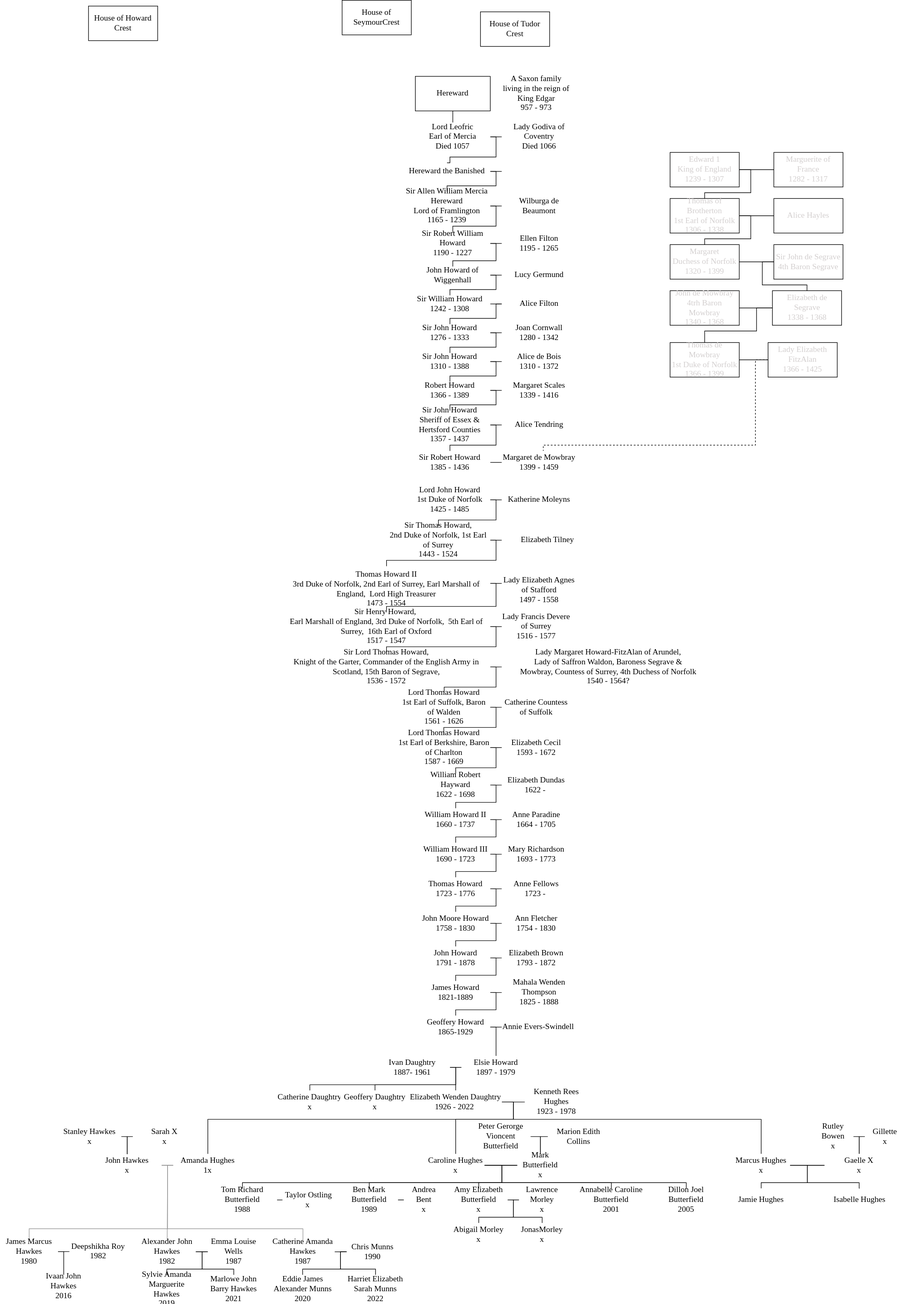
This is familytree.drawio.svg from hawkesa1/diagrams, a draw.io export, as it was before one commit. Source tidied: cells renumbered, new cells last; positions are measured from the earlier drawing's top-left corner, leaving out a move shared by most shapes.
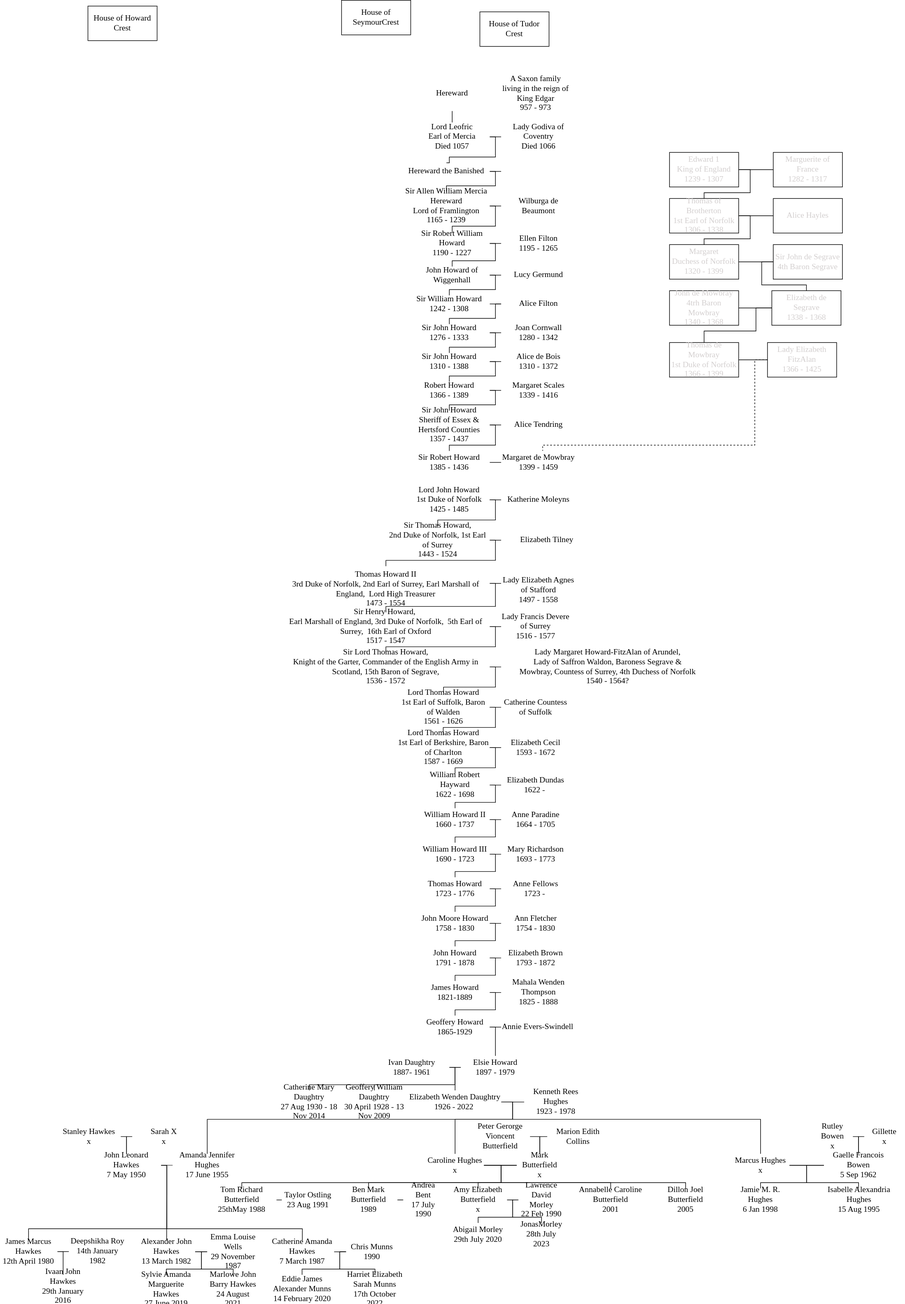
After the commit.

The edit, as a diff of the source:
```diff
@@ -7,3 +7,3 @@
     </mxCell>
-    <mxCell id="3" style="edgeStyle=orthogonalEdgeStyle;rounded=0;jettySize=auto;html=1;exitX=0;exitY=0.5;exitDx=0;exitDy=0;entryX=0.5;entryY=0;entryDx=0;entryDy=0;endArrow=none;startFill=0;fontFamily=Tangerine;fontSize=14;fontSource=https%3A%2F%2Ffonts.googleapis.com%2Fcss%3Ffamily%3DTangerine;strokeColor=light-dark(#989898, #ededed);" parent="1" edge="1" source="7" target="14">
+    <mxCell id="3" style="edgeStyle=orthogonalEdgeStyle;rounded=0;jettySize=auto;html=1;exitX=0;exitY=0.5;exitDx=0;exitDy=0;entryX=0.5;entryY=0;entryDx=0;entryDy=0;endArrow=none;startFill=0;fontFamily=Tangerine;fontSize=14;fontSource=https%3A%2F%2Ffonts.googleapis.com%2Fcss%3Ffamily%3DTangerine;strokeColor=light-dark(#000000,#EDEDED);" parent="1" edge="1" source="7" target="14">
       <mxGeometry relative="1" as="geometry">
@@ -16,6 +16,6 @@
     </mxCell>
-    <mxCell id="4" value="John Hawkes&lt;div&gt;x&lt;/div&gt;" style="rounded=0;whiteSpace=wrap;html=1;fontFamily=Tangerine;fontSize=14;fontSource=https%3A%2F%2Ffonts.googleapis.com%2Fcss%3Ffamily%3DTangerine;strokeColor=none;" parent="1" vertex="1">
+    <mxCell id="4" value="John Leonard Hawkes&lt;div&gt;7 May 1950&lt;/div&gt;" style="rounded=0;whiteSpace=wrap;html=1;fontFamily=Tangerine;fontSize=14;fontSource=https%3A%2F%2Ffonts.googleapis.com%2Fcss%3Ffamily%3DTangerine;strokeColor=none;" parent="1" vertex="1">
       <mxGeometry x="160" y="2002" width="120" height="40" as="geometry" />
     </mxCell>
-    <mxCell id="5" style="edgeStyle=orthogonalEdgeStyle;rounded=0;jettySize=auto;html=1;entryX=0.5;entryY=0;entryDx=0;entryDy=0;exitX=1;exitY=0.5;exitDx=0;exitDy=0;endArrow=none;startFill=0;fontFamily=Tangerine;fontSize=14;fontSource=https%3A%2F%2Ffonts.googleapis.com%2Fcss%3Ffamily%3DTangerine;strokeColor=light-dark(#989898, #ededed);" parent="1" edge="1" source="4" target="16">
+    <mxCell id="5" style="edgeStyle=orthogonalEdgeStyle;rounded=0;jettySize=auto;html=1;entryX=0.5;entryY=0;entryDx=0;entryDy=0;exitX=1;exitY=0.5;exitDx=0;exitDy=0;endArrow=none;startFill=0;fontFamily=Tangerine;fontSize=14;fontSource=https%3A%2F%2Ffonts.googleapis.com%2Fcss%3Ffamily%3DTangerine;strokeColor=light-dark(#000000,#EDEDED);" parent="1" edge="1" source="4" target="16">
       <mxGeometry relative="1" as="geometry">
@@ -31,3 +31,3 @@
     </mxCell>
-    <mxCell id="7" value="Amanda Hughes&lt;br&gt;&lt;div&gt;&lt;div&gt;1x&lt;/div&gt;&lt;/div&gt;" style="rounded=0;whiteSpace=wrap;html=1;fontFamily=Tangerine;fontSize=14;fontSource=https%3A%2F%2Ffonts.googleapis.com%2Fcss%3Ffamily%3DTangerine;strokeColor=none;" parent="1" vertex="1">
+    <mxCell id="7" value="Amanda Jennifer Hughes&lt;br&gt;&lt;div&gt;&lt;div&gt;17 June 1955&lt;/div&gt;&lt;/div&gt;" style="rounded=0;whiteSpace=wrap;html=1;fontFamily=Tangerine;fontSize=14;fontSource=https%3A%2F%2Ffonts.googleapis.com%2Fcss%3Ffamily%3DTangerine;strokeColor=none;" parent="1" vertex="1">
       <mxGeometry x="300" y="2002" width="120" height="40" as="geometry" />
@@ -45,3 +45,3 @@
     </mxCell>
-    <mxCell id="10" style="edgeStyle=orthogonalEdgeStyle;rounded=0;jettySize=auto;html=1;exitX=0.5;exitY=0;exitDx=0;exitDy=0;entryX=1;entryY=0.5;entryDx=0;entryDy=0;fontFamily=Tangerine;fontSize=14;fontSource=https%3A%2F%2Ffonts.googleapis.com%2Fcss%3Ffamily%3DTangerine;fillColor=#f5f5f5;strokeColor=#989898;endArrow=none;startFill=0;" parent="1" edge="1" source="11" target="4">
+    <mxCell id="10" style="edgeStyle=orthogonalEdgeStyle;rounded=0;jettySize=auto;html=1;exitX=0.5;exitY=0;exitDx=0;exitDy=0;entryX=1;entryY=0.5;entryDx=0;entryDy=0;fontFamily=Tangerine;fontSize=14;fontSource=https%3A%2F%2Ffonts.googleapis.com%2Fcss%3Ffamily%3DTangerine;fillColor=#f5f5f5;strokeColor=#000000;endArrow=none;startFill=0;" parent="1" edge="1" source="11" target="4">
       <mxGeometry relative="1" as="geometry">
@@ -54,3 +54,3 @@
     </mxCell>
-    <mxCell id="11" value="James Marcus Hawkes&lt;div&gt;&lt;div&gt;1980&lt;/div&gt;&lt;/div&gt;" style="rounded=0;whiteSpace=wrap;html=1;fontFamily=Tangerine;fontSize=14;fontSource=https%3A%2F%2Ffonts.googleapis.com%2Fcss%3Ffamily%3DTangerine;strokeColor=none;" parent="1" vertex="1">
+    <mxCell id="11" value="James Marcus Hawkes&lt;div&gt;&lt;div&gt;12th April 1980&lt;/div&gt;&lt;/div&gt;" style="rounded=0;whiteSpace=wrap;html=1;fontFamily=Tangerine;fontSize=14;fontSource=https%3A%2F%2Ffonts.googleapis.com%2Fcss%3Ffamily%3DTangerine;strokeColor=none;" parent="1" vertex="1">
       <mxGeometry y="2152" width="100" height="39" as="geometry" />
@@ -69,3 +69,3 @@
     </mxCell>
-    <mxCell id="14" value="Alexander John Hawkes&lt;div&gt;1982&lt;/div&gt;" style="rounded=0;whiteSpace=wrap;html=1;fontFamily=Tangerine;fontSize=14;fontSource=https%3A%2F%2Ffonts.googleapis.com%2Fcss%3Ffamily%3DTangerine;strokeColor=none;" parent="1" vertex="1">
+    <mxCell id="14" value="Alexander John Hawkes&lt;div&gt;13 March 1982&lt;/div&gt;" style="rounded=0;whiteSpace=wrap;html=1;fontFamily=Tangerine;fontSize=14;fontSource=https%3A%2F%2Ffonts.googleapis.com%2Fcss%3Ffamily%3DTangerine;strokeColor=none;" parent="1" vertex="1">
       <mxGeometry x="240" y="2152" width="99" height="40" as="geometry" />
@@ -75,6 +75,6 @@
     </mxCell>
-    <mxCell id="16" value="Catherine Amanda Hawkes&lt;div&gt;1987&lt;/div&gt;" style="rounded=0;whiteSpace=wrap;html=1;fontFamily=Tangerine;fontSize=14;fontSource=https%3A%2F%2Ffonts.googleapis.com%2Fcss%3Ffamily%3DTangerine;strokeColor=none;" parent="1" vertex="1">
+    <mxCell id="16" value="Catherine Amanda Hawkes&lt;div&gt;7 March 1987&lt;/div&gt;" style="rounded=0;whiteSpace=wrap;html=1;fontFamily=Tangerine;fontSize=14;fontSource=https%3A%2F%2Ffonts.googleapis.com%2Fcss%3Ffamily%3DTangerine;strokeColor=none;" parent="1" vertex="1">
       <mxGeometry x="470" y="2152" width="110" height="40" as="geometry" />
     </mxCell>
-    <mxCell id="17" value="&lt;div&gt;&lt;div&gt;Deepshikha Roy&lt;/div&gt;&lt;/div&gt;&lt;div&gt;1982&lt;/div&gt;" style="rounded=0;whiteSpace=wrap;html=1;fontFamily=Tangerine;fontSize=14;fontSource=https%3A%2F%2Ffonts.googleapis.com%2Fcss%3Ffamily%3DTangerine;strokeColor=none;" parent="1" vertex="1">
+    <mxCell id="17" value="&lt;div&gt;&lt;div&gt;Deepshikha Roy&lt;/div&gt;&lt;/div&gt;&lt;div&gt;14th January 1982&lt;/div&gt;" style="rounded=0;whiteSpace=wrap;html=1;fontFamily=Tangerine;fontSize=14;fontSource=https%3A%2F%2Ffonts.googleapis.com%2Fcss%3Ffamily%3DTangerine;strokeColor=none;" parent="1" vertex="1">
       <mxGeometry x="120" y="2151" width="100" height="40" as="geometry" />
@@ -90,3 +90,3 @@
     </mxCell>
-    <mxCell id="19" value="Emma Louise Wells&lt;div&gt;1987&lt;/div&gt;" style="rounded=0;whiteSpace=wrap;html=1;fontFamily=Tangerine;fontSize=14;fontSource=https%3A%2F%2Ffonts.googleapis.com%2Fcss%3Ffamily%3DTangerine;strokeColor=none;" parent="1" vertex="1">
+    <mxCell id="19" value="Emma Louise Wells&lt;div&gt;29 November 1987&lt;/div&gt;" style="rounded=0;whiteSpace=wrap;html=1;fontFamily=Tangerine;fontSize=14;fontSource=https%3A%2F%2Ffonts.googleapis.com%2Fcss%3Ffamily%3DTangerine;strokeColor=none;" parent="1" vertex="1">
       <mxGeometry x="360" y="2152" width="90" height="40" as="geometry" />
@@ -105,6 +105,6 @@
     </mxCell>
-    <mxCell id="22" value="Sylvie Amanda Marguerite Hawkes&lt;div&gt;2019&lt;/div&gt;" style="rounded=0;whiteSpace=wrap;html=1;fontFamily=Tangerine;fontSize=14;fontSource=https%3A%2F%2Ffonts.googleapis.com%2Fcss%3Ffamily%3DTangerine;strokeColor=none;" parent="1" vertex="1">
+    <mxCell id="22" value="Sylvie Amanda Marguerite Hawkes&lt;div&gt;27 June 2019&lt;/div&gt;" style="rounded=0;whiteSpace=wrap;html=1;fontFamily=Tangerine;fontSize=14;fontSource=https%3A%2F%2Ffonts.googleapis.com%2Fcss%3Ffamily%3DTangerine;strokeColor=none;" parent="1" vertex="1">
       <mxGeometry x="239" y="2212" width="100" height="50" as="geometry" />
     </mxCell>
-    <mxCell id="23" value="Marlowe John Barry Hawkes&lt;div&gt;2021&lt;/div&gt;" style="rounded=0;whiteSpace=wrap;html=1;fontFamily=Tangerine;fontSize=14;fontSource=https%3A%2F%2Ffonts.googleapis.com%2Fcss%3Ffamily%3DTangerine;strokeColor=none;" parent="1" vertex="1">
+    <mxCell id="23" value="Marlowe John Barry Hawkes&lt;div&gt;24 August 2021&lt;/div&gt;" style="rounded=0;whiteSpace=wrap;html=1;fontFamily=Tangerine;fontSize=14;fontSource=https%3A%2F%2Ffonts.googleapis.com%2Fcss%3Ffamily%3DTangerine;strokeColor=none;" parent="1" vertex="1">
       <mxGeometry x="360" y="2212" width="90" height="50" as="geometry" />
@@ -121,6 +121,6 @@
     </mxCell>
-    <mxCell id="25" value="Eddie James Alexander Munns&lt;div&gt;2020&lt;/div&gt;" style="rounded=0;whiteSpace=wrap;html=1;fontFamily=Tangerine;fontSize=14;fontSource=https%3A%2F%2Ffonts.googleapis.com%2Fcss%3Ffamily%3DTangerine;strokeColor=none;" parent="1" vertex="1">
+    <mxCell id="25" value="Eddie James Alexander Munns&lt;div&gt;14 February 2020&lt;/div&gt;" style="rounded=0;whiteSpace=wrap;html=1;fontFamily=Tangerine;fontSize=14;fontSource=https%3A%2F%2Ffonts.googleapis.com%2Fcss%3Ffamily%3DTangerine;strokeColor=none;" parent="1" vertex="1">
       <mxGeometry x="469.5" y="2212" width="110" height="50" as="geometry" />
     </mxCell>
-    <mxCell id="26" value="Harriet Elizabeth Sarah Munns&lt;div&gt;2022&lt;/div&gt;" style="rounded=0;whiteSpace=wrap;html=1;fontFamily=Tangerine;fontSize=14;fontSource=https%3A%2F%2Ffonts.googleapis.com%2Fcss%3Ffamily%3DTangerine;strokeColor=none;" parent="1" vertex="1">
+    <mxCell id="26" value="Harriet Elizabeth Sarah Munns&lt;div&gt;17th October 2022&lt;/div&gt;" style="rounded=0;whiteSpace=wrap;html=1;fontFamily=Tangerine;fontSize=14;fontSource=https%3A%2F%2Ffonts.googleapis.com%2Fcss%3Ffamily%3DTangerine;strokeColor=none;" parent="1" vertex="1">
       <mxGeometry x="602" y="2212" width="98" height="50" as="geometry" />
@@ -197,3 +197,3 @@
     </mxCell>
-    <mxCell id="39" value="&lt;div&gt;&lt;div&gt;Tom Richard Butterfield&lt;/div&gt;&lt;/div&gt;&lt;div&gt;1988&lt;/div&gt;" style="rounded=0;whiteSpace=wrap;html=1;fontFamily=Tangerine;fontSize=14;fontSource=https%3A%2F%2Ffonts.googleapis.com%2Fcss%3Ffamily%3DTangerine;strokeColor=none;" parent="1" vertex="1">
+    <mxCell id="39" value="&lt;div&gt;&lt;div&gt;Tom Richard Butterfield&lt;/div&gt;&lt;/div&gt;&lt;div&gt;25thMay 1988&lt;/div&gt;" style="rounded=0;whiteSpace=wrap;html=1;fontFamily=Tangerine;fontSize=14;fontSource=https%3A%2F%2Ffonts.googleapis.com%2Fcss%3Ffamily%3DTangerine;strokeColor=none;" parent="1" vertex="1">
       <mxGeometry x="360" y="2062" width="120" height="40" as="geometry" />
@@ -240,3 +240,3 @@
     </mxCell>
-    <mxCell id="47" value="Ivaan John Hawkes&lt;div&gt;2016&lt;/div&gt;" style="rounded=0;whiteSpace=wrap;html=1;fontFamily=Tangerine;fontSize=14;fontSource=https%3A%2F%2Ffonts.googleapis.com%2Fcss%3Ffamily%3DTangerine;strokeColor=none;" parent="1" vertex="1">
+    <mxCell id="47" value="Ivaan John Hawkes&lt;div&gt;29th January 2016&lt;/div&gt;" style="rounded=0;whiteSpace=wrap;html=1;fontFamily=Tangerine;fontSize=14;fontSource=https%3A%2F%2Ffonts.googleapis.com%2Fcss%3Ffamily%3DTangerine;strokeColor=none;" parent="1" vertex="1">
       <mxGeometry x="60" y="2212" width="100" height="40" as="geometry" />
@@ -252,6 +252,6 @@
     </mxCell>
-    <mxCell id="51" value="&lt;div&gt;&lt;div&gt;Taylor Ostling&lt;/div&gt;&lt;div&gt;x&amp;nbsp;&lt;/div&gt;&lt;/div&gt;" style="rounded=0;whiteSpace=wrap;html=1;fontFamily=Tangerine;fontSize=14;fontSource=https%3A%2F%2Ffonts.googleapis.com%2Fcss%3Ffamily%3DTangerine;strokeColor=none;" parent="1" vertex="1">
+    <mxCell id="51" value="&lt;div&gt;&lt;div&gt;Taylor Ostling&lt;/div&gt;&lt;div&gt;23 Aug 1991&lt;/div&gt;&lt;/div&gt;" style="rounded=0;whiteSpace=wrap;html=1;fontFamily=Tangerine;fontSize=14;fontSource=https%3A%2F%2Ffonts.googleapis.com%2Fcss%3Ffamily%3DTangerine;strokeColor=none;" parent="1" vertex="1">
       <mxGeometry x="489.5" y="2062" width="90" height="40" as="geometry" />
     </mxCell>
-    <mxCell id="52" value="Andrea Bent&lt;div&gt;x&lt;/div&gt;" style="rounded=0;whiteSpace=wrap;html=1;fontFamily=Tangerine;fontSize=14;fontSource=https%3A%2F%2Ffonts.googleapis.com%2Fcss%3Ffamily%3DTangerine;strokeColor=none;" parent="1" vertex="1">
+    <mxCell id="52" value="Andrea Bent&lt;div&gt;17 July 1990&lt;/div&gt;" style="rounded=0;whiteSpace=wrap;html=1;fontFamily=Tangerine;fontSize=14;fontSource=https%3A%2F%2Ffonts.googleapis.com%2Fcss%3Ffamily%3DTangerine;strokeColor=none;" parent="1" vertex="1">
       <mxGeometry x="700" y="2062" width="70" height="40" as="geometry" />
@@ -267,3 +267,3 @@
     </mxCell>
-    <mxCell id="54" value="Lawrence Morley&lt;div&gt;x&lt;/div&gt;" style="rounded=0;whiteSpace=wrap;html=1;fontFamily=Tangerine;fontSize=14;fontSource=https%3A%2F%2Ffonts.googleapis.com%2Fcss%3Ffamily%3DTangerine;strokeColor=none;" parent="1" vertex="1">
+    <mxCell id="54" value="Lawrence David Morley&lt;div&gt;22 Feb 1990&lt;/div&gt;" style="rounded=0;whiteSpace=wrap;html=1;fontFamily=Tangerine;fontSize=14;fontSource=https%3A%2F%2Ffonts.googleapis.com%2Fcss%3Ffamily%3DTangerine;strokeColor=none;" parent="1" vertex="1">
       <mxGeometry x="900" y="2062" width="80" height="40" as="geometry" />
@@ -285,3 +285,3 @@
     </mxCell>
-    <mxCell id="58" value="Jamie Hughes" style="rounded=0;whiteSpace=wrap;html=1;fontFamily=Tangerine;fontSize=14;fontSource=https%3A%2F%2Ffonts.googleapis.com%2Fcss%3Ffamily%3DTangerine;strokeColor=none;" parent="1" vertex="1">
+    <mxCell id="58" value="Jamie M. R. Hughes&lt;div&gt;6 Jan 1998&lt;/div&gt;" style="rounded=0;whiteSpace=wrap;html=1;fontFamily=Tangerine;fontSize=14;fontSource=https%3A%2F%2Ffonts.googleapis.com%2Fcss%3Ffamily%3DTangerine;strokeColor=none;" parent="1" vertex="1">
       <mxGeometry x="1270" y="2062" width="100" height="40" as="geometry" />
@@ -313,6 +313,6 @@
     </mxCell>
-    <mxCell id="62" value="Gaelle X&lt;div&gt;x&lt;/div&gt;" style="rounded=0;whiteSpace=wrap;html=1;fontFamily=Tangerine;fontSize=14;fontSource=https%3A%2F%2Ffonts.googleapis.com%2Fcss%3Ffamily%3DTangerine;strokeColor=none;" parent="1" vertex="1">
+    <mxCell id="62" value="Gaelle Francois Bowen&lt;div&gt;5 Sep 1962&lt;/div&gt;" style="rounded=0;whiteSpace=wrap;html=1;fontFamily=Tangerine;fontSize=14;fontSource=https%3A%2F%2Ffonts.googleapis.com%2Fcss%3Ffamily%3DTangerine;strokeColor=none;" parent="1" vertex="1">
       <mxGeometry x="1430" y="2002" width="120" height="40" as="geometry" />
     </mxCell>
-    <mxCell id="63" value="Isabelle Hughes" style="rounded=0;whiteSpace=wrap;html=1;fontFamily=Tangerine;fontSize=14;fontSource=https%3A%2F%2Ffonts.googleapis.com%2Fcss%3Ffamily%3DTangerine;strokeColor=none;" parent="1" vertex="1">
+    <mxCell id="63" value="Isabelle Alexandria Hughes&lt;div&gt;15 Aug 1995&lt;/div&gt;" style="rounded=0;whiteSpace=wrap;html=1;fontFamily=Tangerine;fontSize=14;fontSource=https%3A%2F%2Ffonts.googleapis.com%2Fcss%3Ffamily%3DTangerine;strokeColor=none;" parent="1" vertex="1">
       <mxGeometry x="1430" y="2062" width="122" height="40" as="geometry" />
@@ -744,6 +744,6 @@
     </mxCell>
-    <mxCell id="158" value="Catherine Daughtry&lt;div&gt;x&lt;/div&gt;" style="rounded=0;whiteSpace=wrap;html=1;fontFamily=Tangerine;strokeColor=none;fontSize=14;fontSource=https%3A%2F%2Ffonts.googleapis.com%2Fcss%3Ffamily%3DTangerine;" parent="1" vertex="1">
+    <mxCell id="158" value="Catherine Mary Daughtry&lt;div&gt;27 Aug 1930 - 18 Nov 2014&lt;/div&gt;" style="rounded=0;whiteSpace=wrap;html=1;fontFamily=Tangerine;strokeColor=none;fontSize=14;fontSource=https%3A%2F%2Ffonts.googleapis.com%2Fcss%3Ffamily%3DTangerine;" parent="1" vertex="1">
       <mxGeometry x="477" y="1892" width="120" height="40" as="geometry" />
     </mxCell>
-    <mxCell id="159" value="Geoffery Daughtry&lt;div&gt;x&lt;/div&gt;" style="rounded=0;whiteSpace=wrap;html=1;fontFamily=Tangerine;strokeColor=none;fontSize=14;fontSource=https%3A%2F%2Ffonts.googleapis.com%2Fcss%3Ffamily%3DTangerine;" parent="1" vertex="1">
+    <mxCell id="159" value="Geoffery William Daughtry&lt;div&gt;30 April 1928 - 13 Nov 2009&lt;/div&gt;" style="rounded=0;whiteSpace=wrap;html=1;fontFamily=Tangerine;strokeColor=none;fontSize=14;fontSource=https%3A%2F%2Ffonts.googleapis.com%2Fcss%3Ffamily%3DTangerine;" parent="1" vertex="1">
       <mxGeometry x="590" y="1892" width="120" height="40" as="geometry" />
@@ -934,3 +934,3 @@
     </mxCell>
-    <mxCell id="201" value="Hereward" style="rounded=0;whiteSpace=wrap;html=1;fontFamily=Tangerine;fontSize=14;fontSource=https%3A%2F%2Ffonts.googleapis.com%2Fcss%3Ffamily%3DTangerine;" parent="1" vertex="1">
+    <mxCell id="201" value="Hereward" style="rounded=0;whiteSpace=wrap;html=1;fontFamily=Tangerine;fontSize=14;fontSource=https%3A%2F%2Ffonts.googleapis.com%2Fcss%3Ffamily%3DTangerine;strokeColor=none;" parent="1" vertex="1">
       <mxGeometry x="720" y="132" width="130" height="60" as="geometry" />
@@ -940,6 +940,6 @@
     </mxCell>
-    <mxCell id="203" value="Abigail Morley&lt;div&gt;x&lt;/div&gt;" style="rounded=0;whiteSpace=wrap;html=1;fontFamily=Tangerine;fontSize=14;fontSource=https%3A%2F%2Ffonts.googleapis.com%2Fcss%3Ffamily%3DTangerine;strokeColor=none;" parent="1" vertex="1">
+    <mxCell id="203" value="Abigail Morley&lt;div&gt;29th July 2020&lt;/div&gt;" style="rounded=0;whiteSpace=wrap;html=1;fontFamily=Tangerine;fontSize=14;fontSource=https%3A%2F%2Ffonts.googleapis.com%2Fcss%3Ffamily%3DTangerine;strokeColor=none;" parent="1" vertex="1">
       <mxGeometry x="780" y="2122" width="100" height="40" as="geometry" />
     </mxCell>
-    <mxCell id="204" value="JonasMorley&lt;div&gt;x&lt;/div&gt;" style="rounded=0;whiteSpace=wrap;html=1;fontFamily=Tangerine;fontSize=14;fontSource=https%3A%2F%2Ffonts.googleapis.com%2Fcss%3Ffamily%3DTangerine;strokeColor=none;" parent="1" vertex="1">
+    <mxCell id="204" value="JonasMorley&lt;div&gt;28th July 2023&lt;/div&gt;" style="rounded=0;whiteSpace=wrap;html=1;fontFamily=Tangerine;fontSize=14;fontSource=https%3A%2F%2Ffonts.googleapis.com%2Fcss%3Ffamily%3DTangerine;strokeColor=none;" parent="1" vertex="1">
       <mxGeometry x="900" y="2122" width="80" height="40" as="geometry" />
```
